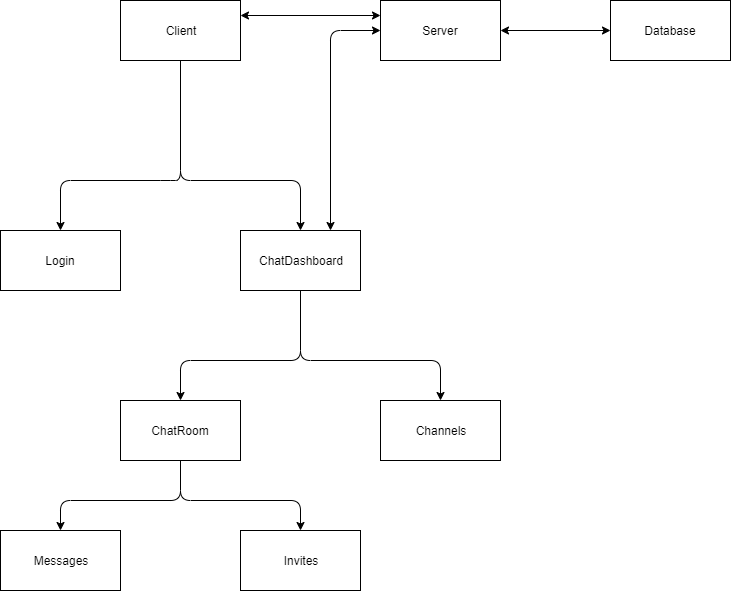
Before: doc/Block-diagram.png, a diagram exported from draw.io (gordonpn/slack-clone). Source tidied: cells renumbered, new cells last; positions are measured from the earlier drawing's top-left corner, leaving out a move shared by most shapes. The source it was exported from:
```xml
<mxGraphModel background="#ffffff">
  <root>
    <mxCell id="0" />
    <mxCell id="1" parent="0" />
    <mxCell id="2" value="Client" style="rounded=0;whiteSpace=wrap;html=1;" parent="1" vertex="1">
      <mxGeometry x="120" width="120" height="60" as="geometry" />
    </mxCell>
    <mxCell id="3" value="Login" style="rounded=0;whiteSpace=wrap;html=1;" parent="1" vertex="1">
      <mxGeometry y="230" width="120" height="60" as="geometry" />
    </mxCell>
    <mxCell id="4" style="endArrow=classic;html=1;entryX=0.5;entryY=0;entryDx=0;entryDy=0;exitX=0.5;exitY=1;exitDx=0;exitDy=0;" parent="1" edge="1" source="2" target="3">
      <mxGeometry relative="1" as="geometry">
        <Array as="points">
          <mxPoint x="180" y="180" />
          <mxPoint x="170" y="180" />
          <mxPoint x="60" y="180" />
        </Array>
      </mxGeometry>
    </mxCell>
    <mxCell id="5" value="ChatDashboard" style="rounded=0;whiteSpace=wrap;html=1;" parent="1" vertex="1">
      <mxGeometry x="240" y="230" width="120" height="60" as="geometry" />
    </mxCell>
    <mxCell id="6" style="endArrow=classic;html=1;entryX=0.5;entryY=0;entryDx=0;entryDy=0;" parent="1" edge="1" target="5">
      <mxGeometry relative="1" as="geometry">
        <mxPoint x="180" y="60" as="sourcePoint" />
        <Array as="points">
          <mxPoint x="180" y="180" />
          <mxPoint x="300" y="180" />
        </Array>
      </mxGeometry>
    </mxCell>
    <mxCell id="7" value="ChatRoom" style="rounded=0;whiteSpace=wrap;html=1;" parent="1" vertex="1">
      <mxGeometry x="120" y="400" width="120" height="60" as="geometry" />
    </mxCell>
    <mxCell id="8" value="Channels" style="rounded=0;whiteSpace=wrap;html=1;" parent="1" vertex="1">
      <mxGeometry x="380" y="400" width="120" height="60" as="geometry" />
    </mxCell>
    <mxCell id="9" value="Messages" style="rounded=0;whiteSpace=wrap;html=1;" parent="1" vertex="1">
      <mxGeometry y="530" width="120" height="60" as="geometry" />
    </mxCell>
    <mxCell id="10" value="Invites" style="rounded=0;whiteSpace=wrap;html=1;" parent="1" vertex="1">
      <mxGeometry x="240" y="530" width="120" height="60" as="geometry" />
    </mxCell>
    <mxCell id="11" value="Server" style="rounded=0;whiteSpace=wrap;html=1;" parent="1" vertex="1">
      <mxGeometry x="380" width="120" height="60" as="geometry" />
    </mxCell>
    <mxCell id="12" style="endArrow=classic;html=1;entryX=0.5;entryY=0;entryDx=0;entryDy=0;exitX=0.5;exitY=1;exitDx=0;exitDy=0;" parent="1" edge="1" source="5" target="7">
      <mxGeometry relative="1" as="geometry">
        <Array as="points">
          <mxPoint x="300" y="360" />
          <mxPoint x="180" y="360" />
        </Array>
      </mxGeometry>
    </mxCell>
    <mxCell id="13" style="endArrow=classic;startArrow=classic;html=1;entryX=0;entryY=0.25;entryDx=0;entryDy=0;exitX=1;exitY=0.25;exitDx=0;exitDy=0;" parent="1" edge="1" source="2" target="11">
      <mxGeometry relative="1" as="geometry" />
    </mxCell>
    <mxCell id="14" style="endArrow=classic;startArrow=classic;html=1;entryX=0;entryY=0.5;entryDx=0;entryDy=0;exitX=0.75;exitY=0;exitDx=0;exitDy=0;" parent="1" edge="1" source="5" target="11">
      <mxGeometry relative="1" as="geometry">
        <Array as="points">
          <mxPoint x="330" y="30" />
        </Array>
      </mxGeometry>
    </mxCell>
    <mxCell id="15" style="endArrow=classic;html=1;entryX=0.5;entryY=0;entryDx=0;entryDy=0;exitX=0.5;exitY=1;exitDx=0;exitDy=0;" parent="1" edge="1" source="5" target="8">
      <mxGeometry relative="1" as="geometry">
        <Array as="points">
          <mxPoint x="300" y="360" />
          <mxPoint x="440" y="360" />
        </Array>
      </mxGeometry>
    </mxCell>
    <mxCell id="16" style="endArrow=classic;html=1;entryX=0.5;entryY=0;entryDx=0;entryDy=0;exitX=0.5;exitY=1;exitDx=0;exitDy=0;" parent="1" edge="1" source="7" target="10">
      <mxGeometry relative="1" as="geometry">
        <Array as="points">
          <mxPoint x="180" y="500" />
          <mxPoint x="300" y="500" />
        </Array>
      </mxGeometry>
    </mxCell>
    <mxCell id="17" style="endArrow=classic;html=1;entryX=0.5;entryY=0;entryDx=0;entryDy=0;" parent="1" edge="1" target="9">
      <mxGeometry relative="1" as="geometry">
        <mxPoint x="180" y="460" as="sourcePoint" />
        <Array as="points">
          <mxPoint x="180" y="500" />
          <mxPoint x="60" y="500" />
        </Array>
      </mxGeometry>
    </mxCell>
    <mxCell id="18" value="Database" style="rounded=0;whiteSpace=wrap;html=1;" parent="1" vertex="1">
      <mxGeometry x="610" width="120" height="60" as="geometry" />
    </mxCell>
    <mxCell id="19" style="endArrow=classic;startArrow=classic;html=1;entryX=0;entryY=0.5;entryDx=0;entryDy=0;exitX=1;exitY=0.5;exitDx=0;exitDy=0;" parent="1" edge="1" source="11" target="18">
      <mxGeometry relative="1" as="geometry" />
    </mxCell>
  </root>
</mxGraphModel>
```
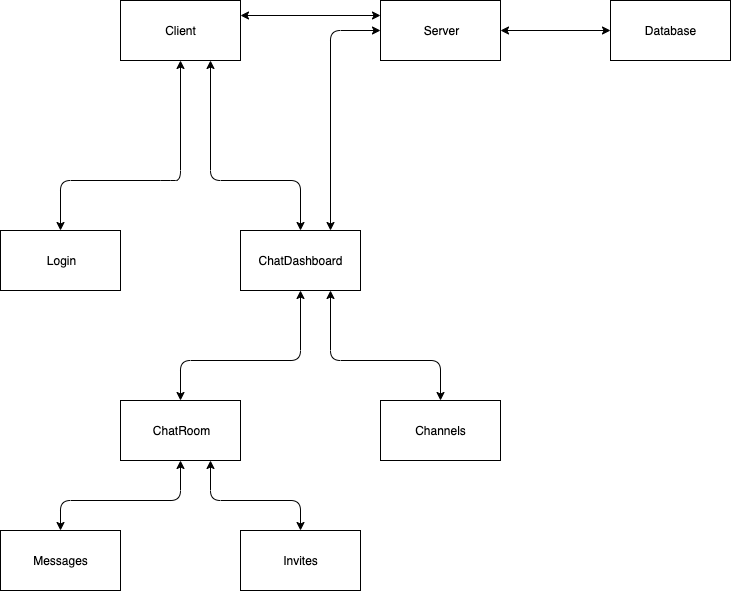
Above is the later version.

Commit message:
quick fix in the block diagram

Change to the diagram source:
```diff
@@ -8,7 +8,7 @@
     <mxCell id="3" value="Login" style="rounded=0;whiteSpace=wrap;html=1;" parent="1" vertex="1">
       <mxGeometry y="230" width="120" height="60" as="geometry" />
     </mxCell>
-    <mxCell id="4" style="endArrow=classic;html=1;entryX=0.5;entryY=0;entryDx=0;entryDy=0;exitX=0.5;exitY=1;exitDx=0;exitDy=0;" parent="1" edge="1" source="2" target="3">
+    <mxCell id="4" style="endArrow=classic;html=1;entryX=0.5;entryY=0;entryDx=0;entryDy=0;exitX=0.5;exitY=1;exitDx=0;exitDy=0;startArrow=classic;startFill=1;" parent="1" edge="1" source="2" target="3">
       <mxGeometry relative="1" as="geometry">
         <Array as="points">
           <mxPoint x="180" y="180" />
@@ -20,11 +20,10 @@
     <mxCell id="5" value="ChatDashboard" style="rounded=0;whiteSpace=wrap;html=1;" parent="1" vertex="1">
       <mxGeometry x="240" y="230" width="120" height="60" as="geometry" />
     </mxCell>
-    <mxCell id="6" style="endArrow=classic;html=1;entryX=0.5;entryY=0;entryDx=0;entryDy=0;" parent="1" edge="1" target="5">
+    <mxCell id="6" style="endArrow=classic;html=1;entryX=0.5;entryY=0;entryDx=0;entryDy=0;startArrow=classic;startFill=1;exitX=0.75;exitY=1;exitDx=0;exitDy=0;" parent="1" edge="1" source="2" target="5">
       <mxGeometry relative="1" as="geometry">
-        <mxPoint x="180" y="60" as="sourcePoint" />
         <Array as="points">
-          <mxPoint x="180" y="180" />
+          <mxPoint x="210" y="180" />
           <mxPoint x="300" y="180" />
         </Array>
       </mxGeometry>
@@ -44,7 +43,7 @@
     <mxCell id="11" value="Server" style="rounded=0;whiteSpace=wrap;html=1;" parent="1" vertex="1">
       <mxGeometry x="380" width="120" height="60" as="geometry" />
     </mxCell>
-    <mxCell id="12" style="endArrow=classic;html=1;entryX=0.5;entryY=0;entryDx=0;entryDy=0;exitX=0.5;exitY=1;exitDx=0;exitDy=0;" parent="1" edge="1" source="5" target="7">
+    <mxCell id="12" style="endArrow=classic;html=1;entryX=0.5;entryY=0;entryDx=0;entryDy=0;exitX=0.5;exitY=1;exitDx=0;exitDy=0;startArrow=classic;startFill=1;" parent="1" edge="1" source="5" target="7">
       <mxGeometry relative="1" as="geometry">
         <Array as="points">
           <mxPoint x="300" y="360" />
@@ -62,23 +61,23 @@
         </Array>
       </mxGeometry>
     </mxCell>
-    <mxCell id="15" style="endArrow=classic;html=1;entryX=0.5;entryY=0;entryDx=0;entryDy=0;exitX=0.5;exitY=1;exitDx=0;exitDy=0;" parent="1" edge="1" source="5" target="8">
+    <mxCell id="15" style="endArrow=classic;html=1;entryX=0.5;entryY=0;entryDx=0;entryDy=0;exitX=0.75;exitY=1;exitDx=0;exitDy=0;startArrow=classic;startFill=1;" parent="1" edge="1" source="5" target="8">
       <mxGeometry relative="1" as="geometry">
         <Array as="points">
-          <mxPoint x="300" y="360" />
+          <mxPoint x="330" y="360" />
           <mxPoint x="440" y="360" />
         </Array>
       </mxGeometry>
     </mxCell>
-    <mxCell id="16" style="endArrow=classic;html=1;entryX=0.5;entryY=0;entryDx=0;entryDy=0;exitX=0.5;exitY=1;exitDx=0;exitDy=0;" parent="1" edge="1" source="7" target="10">
+    <mxCell id="16" style="endArrow=classic;html=1;entryX=0.5;entryY=0;entryDx=0;entryDy=0;exitX=0.75;exitY=1;exitDx=0;exitDy=0;startArrow=classic;startFill=1;" parent="1" edge="1" source="7" target="10">
       <mxGeometry relative="1" as="geometry">
         <Array as="points">
-          <mxPoint x="180" y="500" />
+          <mxPoint x="210" y="500" />
           <mxPoint x="300" y="500" />
         </Array>
       </mxGeometry>
     </mxCell>
-    <mxCell id="17" style="endArrow=classic;html=1;entryX=0.5;entryY=0;entryDx=0;entryDy=0;" parent="1" edge="1" target="9">
+    <mxCell id="17" style="endArrow=classic;html=1;entryX=0.5;entryY=0;entryDx=0;entryDy=0;startArrow=classic;startFill=1;" parent="1" edge="1" target="9">
       <mxGeometry relative="1" as="geometry">
         <mxPoint x="180" y="460" as="sourcePoint" />
         <Array as="points">
```
